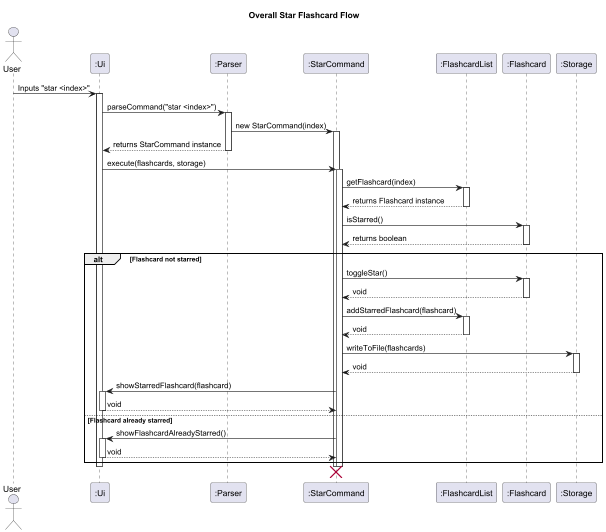
Above: docs/images/StarFlashcardFeature_Overall.png in ashutoshalung/tp (PlantUML), before the change.
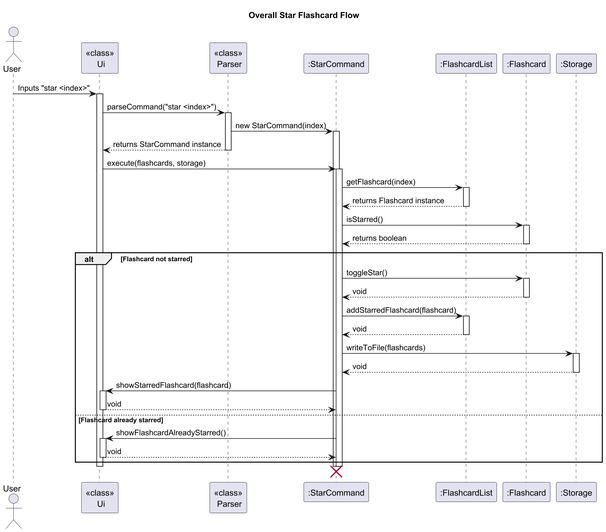
Above is the later version.

The edit, as a diff of the source:
```diff
@@ -1,9 +1,11 @@
 @startuml
 title Overall Star Flashcard Flow
 
+skinparam dpi 300
+
 actor User
-participant ":Ui" as ui
-participant ":Parser" as parser
+participant "<<class>>\n Ui" as ui
+participant "<<class>>\n Parser" as parser
 participant ":StarCommand" as starCommand
 participant ":FlashcardList" as flashcardList
 participant ":Flashcard" as flashcard
@@ -33,31 +35,31 @@
 deactivate flashcard
 
 alt Flashcard not starred
-    starCommand -> flashcard : toggleStar()
-    activate flashcard
-    flashcard --> starCommand : void
-    deactivate flashcard
+starCommand -> flashcard : toggleStar()
+activate flashcard
+flashcard --> starCommand : void
+deactivate flashcard
 
-    starCommand -> flashcardList : addStarredFlashcard(flashcard)
-    activate flashcardList
-    flashcardList --> starCommand : void
-    deactivate flashcardList
+starCommand -> flashcardList : addStarredFlashcard(flashcard)
+activate flashcardList
+flashcardList --> starCommand : void
+deactivate flashcardList
 
-    starCommand -> storage : writeToFile(flashcards)
-    activate storage
-    storage --> starCommand : void
-    deactivate storage
+starCommand -> storage : writeToFile(flashcards)
+activate storage
+storage --> starCommand : void
+deactivate storage
 
-    starCommand -> ui : showStarredFlashcard(flashcard)
-    activate ui
-    ui --> starCommand : void
-    deactivate ui
+starCommand -> ui : showStarredFlashcard(flashcard)
+activate ui
+ui --> starCommand : void
+deactivate ui
 
 else Flashcard already starred
-    starCommand -> ui : showFlashcardAlreadyStarred()
-    activate ui
-    ui --> starCommand : void
-    deactivate ui
+starCommand -> ui : showFlashcardAlreadyStarred()
+activate ui
+ui --> starCommand : void
+deactivate ui
 end
 
 deactivate starCommand
```
